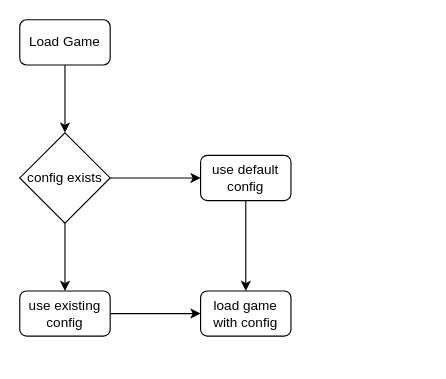
JakobKrug/DrawIO keeps this draw.io diagram as Gamescreens.drawio. Above is the earlier version. Source tidied: cells renumbered, new cells numbered last; positions are measured from the earlier drawing's top-left corner, leaving out a move shared by most shapes. Both pictures are drawn from the tidied source at 113%, with x=0, y=0 at pixel (19, 19).
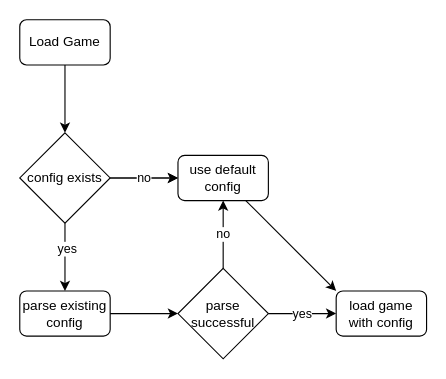
The same diagram, later.

What changed in the source:
```diff
@@
 <mxGraphModel>
   <root>
     <mxCell id="0" />
     <mxCell id="1" parent="0" />
     <mxCell id="2" value="Load Game" style="rounded=1;whiteSpace=wrap;html=1;" parent="1" vertex="1">
       <mxGeometry width="80" height="40" as="geometry" />
     </mxCell>
-    <mxCell id="3" value="use existing config" style="rounded=1;whiteSpace=wrap;html=1;" parent="1" vertex="1">
+    <mxCell id="3" value="parse existing config" style="rounded=1;whiteSpace=wrap;html=1;" parent="1" vertex="1">
       <mxGeometry y="240" width="80" height="40" as="geometry" />
     </mxCell>
     <mxCell id="4" value="load game with config" style="rounded=1;whiteSpace=wrap;html=1;" parent="1" vertex="1">
-      <mxGeometry x="160" y="240" width="80" height="40" as="geometry" />
+      <mxGeometry x="280" y="240" width="80" height="40" as="geometry" />
     </mxCell>
     <mxCell id="5" value="use default config" style="rounded=1;whiteSpace=wrap;html=1;" parent="1" vertex="1">
-      <mxGeometry x="160" y="120" width="80" height="40" as="geometry" />
+      <mxGeometry x="140" y="120" width="80" height="40" as="geometry" />
     </mxCell>
+    <mxCell id="12" style="edgeStyle=orthogonalEdgeStyle;rounded=0;jettySize=auto;html=1;" parent="1" edge="1" source="6" target="5">
+      <mxGeometry relative="1" as="geometry" />
+    </mxCell>
     <mxCell id="6" value="config exists" style="rhombus;whiteSpace=wrap;html=1;" parent="1" vertex="1">
       <mxGeometry y="100" width="80" height="80" as="geometry" />
     </mxCell>
     <mxCell id="7" style="endArrow=classic;html=1;rounded=0;exitX=0.5;exitY=1;exitDx=0;exitDy=0;entryX=0.5;entryY=0;entryDx=0;entryDy=0;" parent="1" edge="1" source="2" target="6">
       <mxGeometry relative="1" as="geometry" />
     </mxCell>
-    <mxCell id="8" style="endArrow=classic;html=1;rounded=0;exitX=1;exitY=0.5;exitDx=0;exitDy=0;entryX=0;entryY=0.5;entryDx=0;entryDy=0;" parent="1" edge="1" source="6" target="5">
+    <mxCell id="8" value="no" style="endArrow=classic;html=1;rounded=0;exitX=1;exitY=0.5;exitDx=0;exitDy=0;entryX=0;entryY=0.5;entryDx=0;entryDy=0;" parent="1" edge="1" source="6" target="5">
       <mxGeometry relative="1" as="geometry" />
     </mxCell>
     <mxCell id="9" style="endArrow=classic;html=1;rounded=0;exitX=0.5;exitY=1;exitDx=0;exitDy=0;entryX=0.5;entryY=0;entryDx=0;entryDy=0;" parent="1" edge="1" source="6" target="3">
       <mxGeometry relative="1" as="geometry" />
     </mxCell>
+    <mxCell id="13" value="yes" style="edgeLabel;html=1;align=center;verticalAlign=middle;" parent="9" vertex="1">
+      <mxGeometry x="-0.27" y="1" relative="1" as="geometry" />
+    </mxCell>
-    <mxCell id="10" style="endArrow=classic;html=1;rounded=0;exitX=1;exitY=0.5;exitDx=0;exitDy=0;entryX=0;entryY=0.5;entryDx=0;entryDy=0;" parent="1" edge="1" source="3" target="4">
+    <mxCell id="10" value="yes" style="endArrow=classic;html=1;rounded=0;exitX=1;exitY=0.5;exitDx=0;exitDy=0;entryX=0;entryY=0.5;entryDx=0;entryDy=0;" parent="1" edge="1" source="15" target="4">
       <mxGeometry relative="1" as="geometry" />
     </mxCell>
-    <mxCell id="11" style="endArrow=classic;html=1;rounded=0;exitX=0.5;exitY=1;exitDx=0;exitDy=0;entryX=0.5;entryY=0;entryDx=0;entryDy=0;" parent="1" edge="1" source="5" target="4">
+    <mxCell id="11" style="endArrow=classic;html=1;rounded=0;exitX=0.75;exitY=1;exitDx=0;exitDy=0;entryX=0;entryY=0;entryDx=0;entryDy=0;" parent="1" edge="1" source="5" target="4">
       <mxGeometry relative="1" as="geometry" />
     </mxCell>
+    <mxCell id="14" style="endArrow=classic;html=1;rounded=0;exitX=1;exitY=0.5;exitDx=0;exitDy=0;entryX=0;entryY=0.5;entryDx=0;entryDy=0;" parent="1" edge="1" source="3" target="15">
+      <mxGeometry relative="1" as="geometry" />
+    </mxCell>
+    <mxCell id="15" value="parse successful" style="rhombus;whiteSpace=wrap;html=1;" parent="1" vertex="1">
+      <mxGeometry x="140" y="220" width="80" height="80" as="geometry" />
+    </mxCell>
+    <mxCell id="16" value="no" style="endArrow=classic;html=1;rounded=0;exitX=0.5;exitY=0;exitDx=0;exitDy=0;entryX=0.5;entryY=1;entryDx=0;entryDy=0;" parent="1" edge="1" source="15" target="5">
+      <mxGeometry relative="1" as="geometry" />
+    </mxCell>
   </root>
 </mxGraphModel>
```
